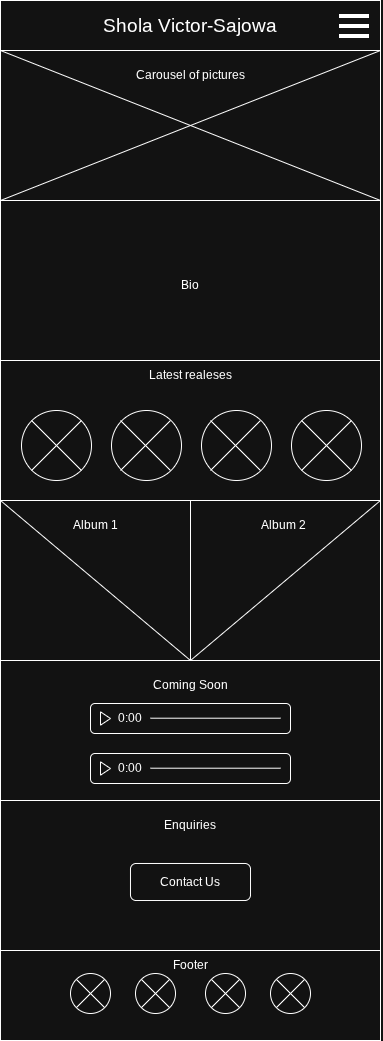
DeoluVS/q1-coursework-codeinstitute keeps this draw.io diagram as wireframes/homepage-wireframe-q1-coursework.drawio.png. Above is the earlier version. Source tidied: cells renumbered, new cells last; positions are measured from the earlier drawing's top-left corner, leaving out a move shared by most shapes. Source of this version:
```xml
<mxGraphModel>
  <root>
    <mxCell id="0" />
    <mxCell id="1" parent="0" />
    <mxCell id="2" style="group;" parent="1" vertex="1">
      <mxGeometry width="380" height="1040" as="geometry" />
    </mxCell>
    <mxCell id="3" style="rounded=0;whiteSpace=wrap;html=1;" parent="2" vertex="1">
      <mxGeometry width="380" height="1040" as="geometry" />
    </mxCell>
    <mxCell id="4" style="rounded=0;whiteSpace=wrap;html=1;" parent="2" vertex="1">
      <mxGeometry width="380" height="50" as="geometry" />
    </mxCell>
    <mxCell id="5" value="&lt;font style=&quot;font-size: 19px;&quot;&gt;Shola Victor-Sajowa&lt;/font&gt;" style="text;html=1;align=center;verticalAlign=middle;whiteSpace=wrap;rounded=0;" parent="2" vertex="1">
      <mxGeometry x="60" y="10" width="260" height="30" as="geometry" />
    </mxCell>
    <mxCell id="6" style="rounded=0;whiteSpace=wrap;html=1;" parent="2" vertex="1">
      <mxGeometry y="50" width="380" height="150" as="geometry" />
    </mxCell>
    <mxCell id="7" value="Carousel of pictures" style="text;html=1;align=center;verticalAlign=middle;whiteSpace=wrap;rounded=0;" parent="2" vertex="1">
      <mxGeometry x="125" y="50" width="130" height="50" as="geometry" />
    </mxCell>
    <mxCell id="8" style="rounded=0;whiteSpace=wrap;html=1;" parent="2" vertex="1">
      <mxGeometry y="200" width="380" height="160" as="geometry" />
    </mxCell>
    <mxCell id="9" value="Bio" style="text;html=1;align=center;verticalAlign=middle;whiteSpace=wrap;rounded=0;" parent="2" vertex="1">
      <mxGeometry x="160" y="270" width="60" height="30" as="geometry" />
    </mxCell>
    <mxCell id="10" style="rounded=0;whiteSpace=wrap;html=1;" parent="2" vertex="1">
      <mxGeometry y="660" width="380" height="140" as="geometry" />
    </mxCell>
    <mxCell id="11" value="Coming Soon" style="text;html=1;align=center;verticalAlign=middle;whiteSpace=wrap;rounded=0;" parent="2" vertex="1">
      <mxGeometry x="145" y="670" width="90" height="30" as="geometry" />
    </mxCell>
    <mxCell id="12" style="rounded=0;whiteSpace=wrap;html=1;" parent="2" vertex="1">
      <mxGeometry y="800" width="380" height="150" as="geometry" />
    </mxCell>
    <mxCell id="13" value="Enquiries" style="text;html=1;align=center;verticalAlign=middle;whiteSpace=wrap;rounded=0;" parent="2" vertex="1">
      <mxGeometry x="160" y="810" width="60" height="30" as="geometry" />
    </mxCell>
    <mxCell id="14" value="Footer" style="text;html=1;align=center;verticalAlign=middle;whiteSpace=wrap;rounded=0;" parent="2" vertex="1">
      <mxGeometry x="160" y="950" width="60" height="30" as="geometry" />
    </mxCell>
    <mxCell id="15" style="endArrow=none;html=1;rounded=0;exitX=0;exitY=1;exitDx=0;exitDy=0;entryX=1;entryY=1;entryDx=0;entryDy=0;" parent="2" edge="1" source="4" target="6">
      <mxGeometry relative="1" as="geometry" />
    </mxCell>
    <mxCell id="16" style="endArrow=none;html=1;rounded=0;exitX=0;exitY=0;exitDx=0;exitDy=0;entryX=1;entryY=0;entryDx=0;entryDy=0;" parent="2" edge="1" source="8" target="6">
      <mxGeometry relative="1" as="geometry" />
    </mxCell>
    <mxCell id="17" style="endArrow=none;html=1;rounded=0;exitX=0;exitY=0;exitDx=0;exitDy=0;entryX=1;entryY=0;entryDx=0;entryDy=0;" parent="2" edge="1" source="10" target="24">
      <mxGeometry relative="1" as="geometry" />
    </mxCell>
    <mxCell id="18" style="endArrow=none;html=1;rounded=0;exitX=0.5;exitY=1;exitDx=0;exitDy=0;entryX=1;entryY=1;entryDx=0;entryDy=0;" parent="2" edge="1" source="29" target="23">
      <mxGeometry relative="1" as="geometry" />
    </mxCell>
    <mxCell id="19" value="Contact Us" style="rounded=1;whiteSpace=wrap;html=1;" parent="2" vertex="1">
      <mxGeometry x="130" y="863" width="120" height="37" as="geometry" />
    </mxCell>
    <mxCell id="20" style="endArrow=none;html=1;rounded=0;strokeWidth=4;" parent="2" edge="1">
      <mxGeometry relative="1" as="geometry">
        <mxPoint x="339" y="16" as="sourcePoint" />
        <mxPoint x="369" y="16" as="targetPoint" />
      </mxGeometry>
    </mxCell>
    <mxCell id="21" style="endArrow=none;html=1;rounded=0;strokeWidth=4;" parent="2" edge="1">
      <mxGeometry relative="1" as="geometry">
        <mxPoint x="339" y="36" as="sourcePoint" />
        <mxPoint x="369" y="36" as="targetPoint" />
      </mxGeometry>
    </mxCell>
    <mxCell id="22" style="endArrow=none;html=1;rounded=0;strokeWidth=4;" parent="2" edge="1">
      <mxGeometry relative="1" as="geometry">
        <mxPoint x="339" y="26" as="sourcePoint" />
        <mxPoint x="369" y="26" as="targetPoint" />
      </mxGeometry>
    </mxCell>
    <mxCell id="23" style="rounded=0;whiteSpace=wrap;html=1;" parent="2" vertex="1">
      <mxGeometry y="500" width="380" height="160" as="geometry" />
    </mxCell>
    <mxCell id="24" style="rounded=0;whiteSpace=wrap;html=1;" parent="2" vertex="1">
      <mxGeometry y="500" width="190" height="160" as="geometry" />
    </mxCell>
    <mxCell id="25" value="Album 1" style="text;html=1;align=center;verticalAlign=middle;whiteSpace=wrap;rounded=0;" parent="2" vertex="1">
      <mxGeometry x="10" y="510" width="170" height="30" as="geometry" />
    </mxCell>
    <mxCell id="26" value="Album 2" style="text;html=1;align=center;verticalAlign=middle;whiteSpace=wrap;rounded=0;" parent="2" vertex="1">
      <mxGeometry x="196" y="510" width="175" height="30" as="geometry" />
    </mxCell>
    <mxCell id="27" style="endArrow=none;html=1;rounded=0;exitX=0;exitY=0;exitDx=0;exitDy=0;entryX=1;entryY=1;entryDx=0;entryDy=0;" parent="2" edge="1" source="24" target="24">
      <mxGeometry relative="1" as="geometry" />
    </mxCell>
    <mxCell id="28" style="endArrow=none;html=1;rounded=0;exitX=1;exitY=0;exitDx=0;exitDy=0;entryX=0.5;entryY=1;entryDx=0;entryDy=0;" parent="2" edge="1" source="23" target="23">
      <mxGeometry relative="1" as="geometry" />
    </mxCell>
    <mxCell id="29" style="rounded=0;whiteSpace=wrap;html=1;" parent="2" vertex="1">
      <mxGeometry y="360" width="380" height="140" as="geometry" />
    </mxCell>
    <mxCell id="30" value="Latest realeses" style="text;html=1;align=center;verticalAlign=middle;whiteSpace=wrap;rounded=0;" parent="2" vertex="1">
      <mxGeometry y="360" width="380" height="30" as="geometry" />
    </mxCell>
    <mxCell id="31" style="ellipse;whiteSpace=wrap;html=1;" parent="2" vertex="1">
      <mxGeometry x="21" y="410" width="70" height="70" as="geometry" />
    </mxCell>
    <mxCell id="32" style="ellipse;whiteSpace=wrap;html=1;" parent="2" vertex="1">
      <mxGeometry x="291" y="410" width="70" height="70" as="geometry" />
    </mxCell>
    <mxCell id="33" style="ellipse;whiteSpace=wrap;html=1;" parent="2" vertex="1">
      <mxGeometry x="201" y="410" width="70" height="70" as="geometry" />
    </mxCell>
    <mxCell id="34" style="ellipse;whiteSpace=wrap;html=1;" parent="2" vertex="1">
      <mxGeometry x="111" y="410" width="70" height="70" as="geometry" />
    </mxCell>
    <mxCell id="35" style="endArrow=none;html=1;rounded=0;" parent="2" edge="1">
      <mxGeometry relative="1" as="geometry">
        <mxPoint x="31" y="470" as="sourcePoint" />
        <mxPoint x="81" y="420" as="targetPoint" />
      </mxGeometry>
    </mxCell>
    <mxCell id="36" style="endArrow=none;html=1;rounded=0;" parent="2" edge="1">
      <mxGeometry relative="1" as="geometry">
        <mxPoint x="31" y="420" as="sourcePoint" />
        <mxPoint x="81" y="470" as="targetPoint" />
      </mxGeometry>
    </mxCell>
    <mxCell id="37" style="endArrow=none;html=1;rounded=0;" parent="2" edge="1">
      <mxGeometry relative="1" as="geometry">
        <mxPoint x="210" y="470" as="sourcePoint" />
        <mxPoint x="260" y="420" as="targetPoint" />
      </mxGeometry>
    </mxCell>
    <mxCell id="38" style="endArrow=none;html=1;rounded=0;" parent="2" edge="1">
      <mxGeometry relative="1" as="geometry">
        <mxPoint x="260" y="470" as="sourcePoint" />
        <mxPoint x="210" y="420" as="targetPoint" />
      </mxGeometry>
    </mxCell>
    <mxCell id="39" style="endArrow=none;html=1;rounded=0;" parent="2" edge="1">
      <mxGeometry relative="1" as="geometry">
        <mxPoint x="301" y="470" as="sourcePoint" />
        <mxPoint x="351" y="420" as="targetPoint" />
      </mxGeometry>
    </mxCell>
    <mxCell id="40" style="endArrow=none;html=1;rounded=0;" parent="2" edge="1">
      <mxGeometry relative="1" as="geometry">
        <mxPoint x="351" y="470" as="sourcePoint" />
        <mxPoint x="301" y="420" as="targetPoint" />
      </mxGeometry>
    </mxCell>
    <mxCell id="41" style="endArrow=none;html=1;rounded=0;" parent="2" edge="1">
      <mxGeometry relative="1" as="geometry">
        <mxPoint x="120" y="470" as="sourcePoint" />
        <mxPoint x="170" y="420" as="targetPoint" />
      </mxGeometry>
    </mxCell>
    <mxCell id="42" style="endArrow=none;html=1;rounded=0;" parent="2" edge="1">
      <mxGeometry relative="1" as="geometry">
        <mxPoint x="170" y="470" as="sourcePoint" />
        <mxPoint x="120" y="420" as="targetPoint" />
      </mxGeometry>
    </mxCell>
    <mxCell id="43" style="ellipse;whiteSpace=wrap;html=1;" parent="2" vertex="1">
      <mxGeometry x="70" y="973" width="40" height="40" as="geometry" />
    </mxCell>
    <mxCell id="44" style="ellipse;whiteSpace=wrap;html=1;" parent="2" vertex="1">
      <mxGeometry x="135" y="973" width="40" height="40" as="geometry" />
    </mxCell>
    <mxCell id="45" style="ellipse;whiteSpace=wrap;html=1;" parent="2" vertex="1">
      <mxGeometry x="270" y="973" width="40" height="40" as="geometry" />
    </mxCell>
    <mxCell id="46" style="ellipse;whiteSpace=wrap;html=1;" parent="2" vertex="1">
      <mxGeometry x="205" y="973" width="40" height="40" as="geometry" />
    </mxCell>
    <mxCell id="47" style="endArrow=none;html=1;rounded=0;exitX=0;exitY=1;exitDx=0;exitDy=0;entryX=1;entryY=0;entryDx=0;entryDy=0;" parent="2" edge="1" source="43" target="43">
      <mxGeometry relative="1" as="geometry" />
    </mxCell>
    <mxCell id="48" style="rounded=0;orthogonalLoop=1;jettySize=auto;html=1;exitX=0;exitY=0;exitDx=0;exitDy=0;entryX=1;entryY=1;entryDx=0;entryDy=0;endArrow=none;endFill=0;" parent="2" edge="1" source="43" target="43">
      <mxGeometry relative="1" as="geometry" />
    </mxCell>
    <mxCell id="49" style="rounded=0;orthogonalLoop=1;jettySize=auto;html=1;exitX=0;exitY=0;exitDx=0;exitDy=0;entryX=1;entryY=1;entryDx=0;entryDy=0;endArrow=none;endFill=0;" parent="2" edge="1" source="44" target="44">
      <mxGeometry relative="1" as="geometry" />
    </mxCell>
    <mxCell id="50" style="rounded=0;orthogonalLoop=1;jettySize=auto;html=1;exitX=0;exitY=1;exitDx=0;exitDy=0;entryX=1;entryY=0;entryDx=0;entryDy=0;endArrow=none;endFill=0;" parent="2" edge="1" source="44" target="44">
      <mxGeometry relative="1" as="geometry" />
    </mxCell>
    <mxCell id="51" style="rounded=0;orthogonalLoop=1;jettySize=auto;html=1;exitX=0;exitY=0;exitDx=0;exitDy=0;entryX=1;entryY=1;entryDx=0;entryDy=0;endArrow=none;endFill=0;" parent="2" edge="1" source="46" target="46">
      <mxGeometry relative="1" as="geometry" />
    </mxCell>
    <mxCell id="52" style="rounded=0;orthogonalLoop=1;jettySize=auto;html=1;exitX=0;exitY=1;exitDx=0;exitDy=0;entryX=1;entryY=0;entryDx=0;entryDy=0;endArrow=none;endFill=0;" parent="2" edge="1" source="46" target="46">
      <mxGeometry relative="1" as="geometry" />
    </mxCell>
    <mxCell id="53" style="rounded=0;orthogonalLoop=1;jettySize=auto;html=1;exitX=0;exitY=0;exitDx=0;exitDy=0;entryX=1;entryY=1;entryDx=0;entryDy=0;endArrow=none;endFill=0;" parent="2" edge="1" source="45" target="45">
      <mxGeometry relative="1" as="geometry" />
    </mxCell>
    <mxCell id="54" style="rounded=0;orthogonalLoop=1;jettySize=auto;html=1;exitX=0;exitY=1;exitDx=0;exitDy=0;entryX=1;entryY=0;entryDx=0;entryDy=0;endArrow=none;endFill=0;" parent="2" edge="1" source="45" target="45">
      <mxGeometry relative="1" as="geometry" />
    </mxCell>
    <mxCell id="55" style="rounded=1;whiteSpace=wrap;html=1;" parent="2" vertex="1">
      <mxGeometry x="90" y="703" width="200" height="30" as="geometry" />
    </mxCell>
    <mxCell id="56" style="triangle;whiteSpace=wrap;html=1;" parent="2" vertex="1">
      <mxGeometry x="100" y="711.3" width="10" height="13.3" as="geometry" />
    </mxCell>
    <mxCell id="57" style="endArrow=none;html=1;rounded=0;" parent="2" edge="1">
      <mxGeometry relative="1" as="geometry">
        <mxPoint x="280" y="717.7" as="sourcePoint" />
        <mxPoint x="150" y="717.7" as="targetPoint" />
      </mxGeometry>
    </mxCell>
    <mxCell id="58" value="0:00" style="text;html=1;whiteSpace=wrap;strokeColor=none;fillColor=none;align=center;verticalAlign=middle;rounded=0;" parent="2" vertex="1">
      <mxGeometry x="110" y="708" width="40" height="20" as="geometry" />
    </mxCell>
    <mxCell id="59" style="rounded=1;whiteSpace=wrap;html=1;" parent="2" vertex="1">
      <mxGeometry x="90" y="753" width="200" height="30" as="geometry" />
    </mxCell>
    <mxCell id="60" style="triangle;whiteSpace=wrap;html=1;" parent="2" vertex="1">
      <mxGeometry x="100" y="761.3" width="10" height="13.3" as="geometry" />
    </mxCell>
    <mxCell id="61" style="endArrow=none;html=1;rounded=0;" parent="2" edge="1">
      <mxGeometry relative="1" as="geometry">
        <mxPoint x="280" y="767.7" as="sourcePoint" />
        <mxPoint x="150" y="767.7" as="targetPoint" />
      </mxGeometry>
    </mxCell>
    <mxCell id="62" value="0:00" style="text;html=1;whiteSpace=wrap;strokeColor=none;fillColor=none;align=center;verticalAlign=middle;rounded=0;" parent="2" vertex="1">
      <mxGeometry x="110" y="758" width="40" height="20" as="geometry" />
    </mxCell>
  </root>
</mxGraphModel>
```
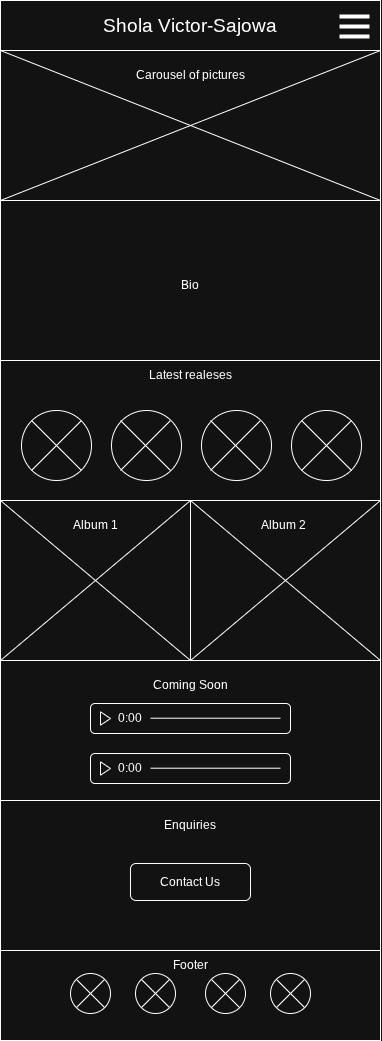
Above is the later version.

Commit message:
Added desktop wireframes for each webpage

What changed in the source:
```diff
@@ -92,6 +92,9 @@
     <mxCell id="28" style="endArrow=none;html=1;rounded=0;exitX=1;exitY=0;exitDx=0;exitDy=0;entryX=0.5;entryY=1;entryDx=0;entryDy=0;" parent="2" edge="1" source="23" target="23">
       <mxGeometry relative="1" as="geometry" />
     </mxCell>
+    <mxCell id="63" style="rounded=0;jettySize=auto;html=1;exitX=0.5;exitY=1;exitDx=0;exitDy=0;entryX=1;entryY=1;entryDx=0;entryDy=0;endArrow=none;endFill=0;" parent="2" edge="1" source="29" target="23">
+      <mxGeometry relative="1" as="geometry" />
+    </mxCell>
     <mxCell id="29" style="rounded=0;whiteSpace=wrap;html=1;" parent="2" vertex="1">
       <mxGeometry y="360" width="380" height="140" as="geometry" />
     </mxCell>
@@ -224,5 +227,8 @@
     <mxCell id="62" value="0:00" style="text;html=1;whiteSpace=wrap;strokeColor=none;fillColor=none;align=center;verticalAlign=middle;rounded=0;" parent="2" vertex="1">
       <mxGeometry x="110" y="758" width="40" height="20" as="geometry" />
     </mxCell>
+    <mxCell id="64" style="rounded=0;orthogonalLoop=1;jettySize=auto;html=1;exitX=0;exitY=1;exitDx=0;exitDy=0;entryX=1;entryY=0;entryDx=0;entryDy=0;endArrow=none;endFill=0;" parent="2" edge="1" source="24" target="24">
+      <mxGeometry relative="1" as="geometry" />
+    </mxCell>
   </root>
 </mxGraphModel>
```
